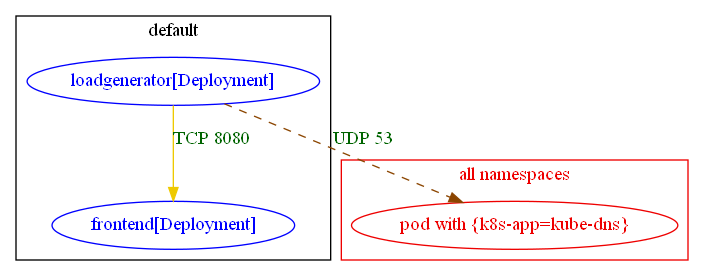
Above: test_outputs/connlist/onlineboutique_workloads_focus_workload_default_loadgenerator_exposure_output.dot.png in np-guard/netpol-analyzer (Graphviz), before the change. Its source is kept beside it as test_outputs/connlist/onlineboutique_workloads_focus_workload_default_loadgenerator_exposure_output.dot. Source of this version:
```dot
digraph {
	subgraph "cluster_default" {
		color="black"
		fontcolor="black"
		"default/frontend[Deployment]" [label="frontend[Deployment]" color="blue" fontcolor="blue"]
		"default/loadgenerator[Deployment]" [label="loadgenerator[Deployment]" color="blue" fontcolor="blue"]
		label="default"
	}
	subgraph "cluster_all namespaces" {
		color="red2"
		fontcolor="red2"
		"pod with {k8s-app=kube-dns}_in_all namespaces" [label="pod with {k8s-app=kube-dns}" color="red2" fontcolor="red2"]
		label="all namespaces"
	}
	"default/loadgenerator[Deployment]" -> "default/frontend[Deployment]" [label="TCP 8080" color="gold2" fontcolor="darkgreen" weight=1]
	"default/loadgenerator[Deployment]" -> "pod with {k8s-app=kube-dns}_in_all namespaces" [label="UDP 53" color="darkorange4" fontcolor="darkgreen" weight=0.5 style=dashed]
}
```
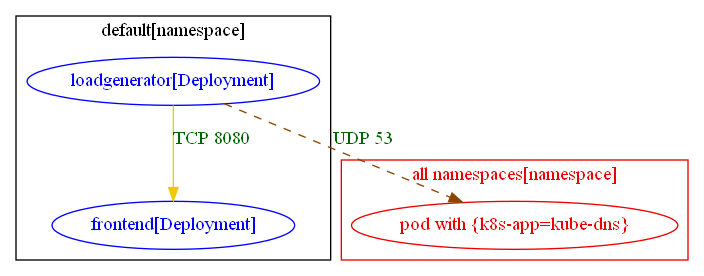
Later version of the same file.

The edit, as a diff of the source:
```diff
@@ -1,16 +1,16 @@
 digraph {
-	subgraph "cluster_default" {
+	subgraph "cluster_default[namespace]" {
 		color="black"
 		fontcolor="black"
 		"default/frontend[Deployment]" [label="frontend[Deployment]" color="blue" fontcolor="blue"]
 		"default/loadgenerator[Deployment]" [label="loadgenerator[Deployment]" color="blue" fontcolor="blue"]
-		label="default"
+		label="default[namespace]"
 	}
-	subgraph "cluster_all namespaces" {
+	subgraph "cluster_all namespaces[namespace]" {
 		color="red2"
 		fontcolor="red2"
 		"pod with {k8s-app=kube-dns}_in_all namespaces" [label="pod with {k8s-app=kube-dns}" color="red2" fontcolor="red2"]
-		label="all namespaces"
+		label="all namespaces[namespace]"
 	}
 	"default/loadgenerator[Deployment]" -> "default/frontend[Deployment]" [label="TCP 8080" color="gold2" fontcolor="darkgreen" weight=1]
 	"default/loadgenerator[Deployment]" -> "pod with {k8s-app=kube-dns}_in_all namespaces" [label="UDP 53" color="darkorange4" fontcolor="darkgreen" weight=0.5 style=dashed]
```
